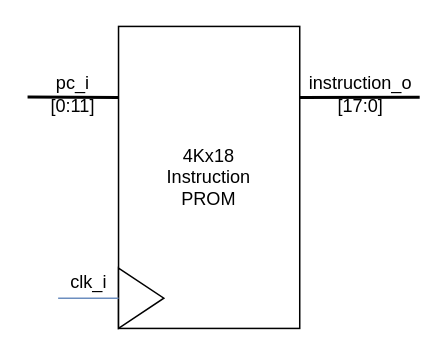
Above: Blockbeschreibungen/IP_beschreibung.drawio in graefjk/RO2 (draw.io), before the change. Source tidied: cells renumbered, new cells numbered last; positions are measured from the earlier drawing's top-left corner, leaving out a move shared by most shapes. Both pictures are drawn from the tidied source at 151%, with x=0, y=0 at pixel (27, 26).
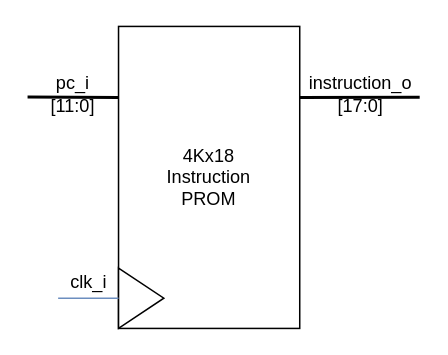
Above is the later version.

What changed in the source:
```diff
@@
 <mxGraphModel>
   <root>
     <mxCell id="0" />
     <mxCell id="1" parent="0" />
     <mxCell id="2" value="instruction_o&lt;br&gt;[17:0]" style="text;html=1;align=center;verticalAlign=middle;points=[];strokeColor=none;fillColor=none;strokeWidth=1;" parent="1" vertex="1">
       <mxGeometry x="180" y="30" width="80" height="30" as="geometry" />
     </mxCell>
     <mxCell id="3" value="4Kx18&lt;br&gt;Instruction&lt;br&gt;PROM" style="rounded=0;whiteSpace=wrap;html=1;" parent="1" vertex="1">
       <mxGeometry x="60" width="120" height="200" as="geometry" />
     </mxCell>
-    <mxCell id="4" value="pc_i&lt;br&gt;[0:11]" style="text;html=1;strokeColor=none;fillColor=none;align=center;verticalAlign=middle;whiteSpace=wrap;rounded=0;" parent="1" vertex="1">
+    <mxCell id="4" value="pc_i&lt;br&gt;[11:0]" style="text;html=1;strokeColor=none;fillColor=none;align=center;verticalAlign=middle;whiteSpace=wrap;rounded=0;" parent="1" vertex="1">
       <mxGeometry y="30" width="60" height="30" as="geometry" />
     </mxCell>
     <mxCell id="5" style="endArrow=none;html=1;rounded=0;exitX=-0.004;exitY=0.556;exitDx=0;exitDy=0;exitPerimeter=0;strokeWidth=2;" parent="1" edge="1" source="4">
       <mxGeometry relative="1" as="geometry">
         <mxPoint x="60" y="47" as="targetPoint" />
       </mxGeometry>
     </mxCell>
     <mxCell id="6" style="triangle;whiteSpace=wrap;html=1;" parent="1" vertex="1">
       <mxGeometry x="60" y="160" width="30" height="40" as="geometry" />
     </mxCell>
     <mxCell id="7" style="endArrow=none;html=1;rounded=0;fillColor=#dae8fc;strokeColor=#6c8ebf;entryX=0;entryY=0.5;entryDx=0;entryDy=0;" parent="1" edge="1" target="6">
       <mxGeometry relative="1" as="geometry">
         <mxPoint x="20" y="180" as="sourcePoint" />
       </mxGeometry>
     </mxCell>
     <mxCell id="8" value="clk_i" style="text;html=1;align=center;verticalAlign=middle;" parent="1" vertex="1">
       <mxGeometry x="20" y="160" width="40" height="20" as="geometry" />
     </mxCell>
     <mxCell id="9" style="endArrow=none;html=1;rounded=0;exitX=0.997;exitY=0.235;exitDx=0;exitDy=0;exitPerimeter=0;entryX=0.993;entryY=0.562;entryDx=0;entryDy=0;entryPerimeter=0;strokeWidth=2;" parent="1" edge="1" source="3" target="2">
       <mxGeometry relative="1" as="geometry" />
     </mxCell>
   </root>
 </mxGraphModel>
```
